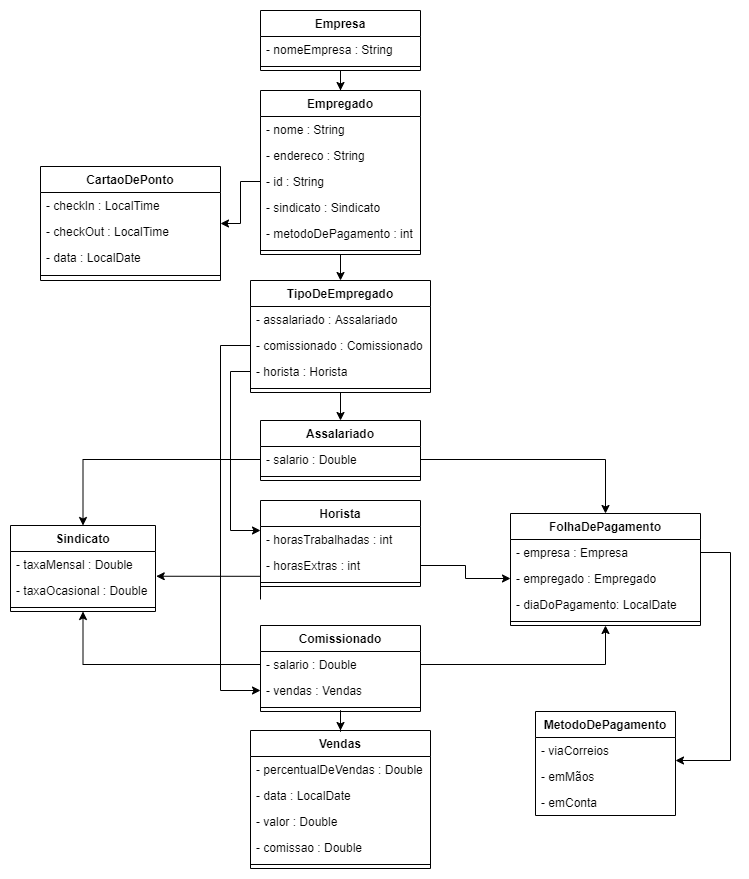
This is UML/UML.png from Jpcajueiro/ProjetoP3, a draw.io export, as it was before one commit. Source tidied: cells renumbered, new cells last; positions are measured from the earlier drawing's top-left corner, leaving out a move shared by most shapes.
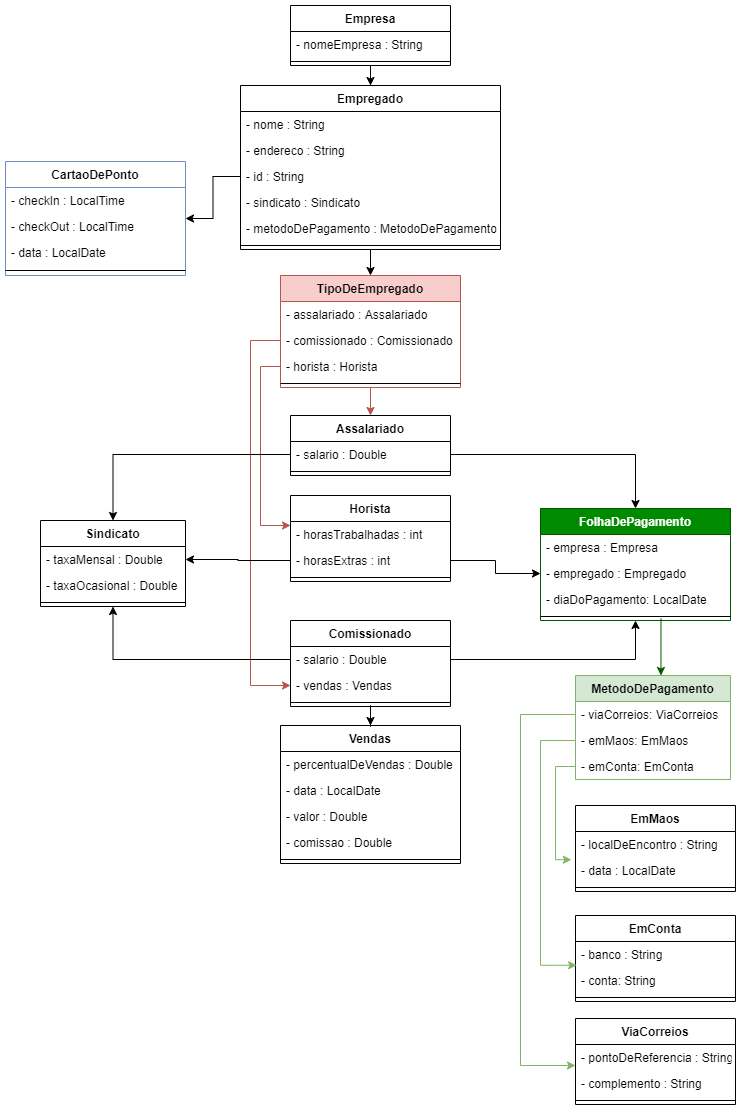
After the commit.

The edit, as a diff of the source:
```diff
@@ -6,25 +6,25 @@
       <mxGeometry relative="1" as="geometry" />
     </mxCell>
     <mxCell id="3" value="Empregado" style="swimlane;fontStyle=1;align=center;verticalAlign=top;horizontal=1;startSize=26;" parent="1" vertex="1">
-      <mxGeometry x="250" y="80" width="160" height="164" as="geometry" />
+      <mxGeometry x="200" y="80" width="260" height="164" as="geometry" />
     </mxCell>
     <mxCell id="4" value="- nome : String" style="text;strokeColor=none;fillColor=none;align=left;verticalAlign=top;spacingLeft=4;spacingRight=4;overflow=hidden;" parent="3" vertex="1">
-      <mxGeometry y="26" width="160" height="26" as="geometry" />
+      <mxGeometry y="26" width="260" height="26" as="geometry" />
     </mxCell>
     <mxCell id="5" value="- endereco : String" style="text;strokeColor=none;fillColor=none;align=left;verticalAlign=top;spacingLeft=4;spacingRight=4;overflow=hidden;" parent="3" vertex="1">
-      <mxGeometry y="52" width="160" height="26" as="geometry" />
+      <mxGeometry y="52" width="260" height="26" as="geometry" />
     </mxCell>
     <mxCell id="6" value="- id : String" style="text;strokeColor=none;fillColor=none;align=left;verticalAlign=top;spacingLeft=4;spacingRight=4;overflow=hidden;points=[[0,0.5],[1,0.5]];portConstraint=eastwest;" parent="3" vertex="1">
-      <mxGeometry y="78" width="160" height="26" as="geometry" />
+      <mxGeometry y="78" width="260" height="26" as="geometry" />
     </mxCell>
     <mxCell id="7" value="- sindicato : Sindicato" style="text;strokeColor=none;fillColor=none;align=left;verticalAlign=top;spacingLeft=4;spacingRight=4;overflow=hidden;" parent="3" vertex="1">
-      <mxGeometry y="104" width="160" height="26" as="geometry" />
+      <mxGeometry y="104" width="260" height="26" as="geometry" />
     </mxCell>
-    <mxCell id="8" value="- metodoDePagamento : int" style="text;strokeColor=none;fillColor=none;align=left;verticalAlign=top;spacingLeft=4;spacingRight=4;overflow=hidden;" parent="3" vertex="1">
-      <mxGeometry y="130" width="160" height="26" as="geometry" />
+    <mxCell id="8" value="- metodoDePagamento : MetodoDePagamento " style="text;strokeColor=none;fillColor=none;align=left;verticalAlign=top;spacingLeft=4;spacingRight=4;overflow=hidden;" parent="3" vertex="1">
+      <mxGeometry y="130" width="260" height="26" as="geometry" />
     </mxCell>
     <mxCell id="9" style="line;strokeWidth=1;fillColor=none;align=left;verticalAlign=middle;spacingTop=-1;spacingLeft=3;spacingRight=3;labelPosition=right;" parent="3" vertex="1">
-      <mxGeometry y="156" width="160" height="8" as="geometry" />
+      <mxGeometry y="156" width="260" height="8" as="geometry" />
     </mxCell>
     <mxCell id="10" style="edgeStyle=orthogonalEdgeStyle;rounded=0;jettySize=auto;html=1;exitX=0.5;exitY=1;exitDx=0;exitDy=0;" parent="1" edge="1" source="11" target="26">
       <mxGeometry relative="1" as="geometry" />
@@ -41,7 +41,7 @@
     <mxCell id="14" style="line;strokeWidth=1;fillColor=none;align=left;verticalAlign=middle;spacingTop=-1;spacingLeft=3;spacingRight=3;labelPosition=right;" parent="11" vertex="1">
       <mxGeometry y="78" width="160" height="8" as="geometry" />
     </mxCell>
-    <mxCell id="15" value="Horista" style="swimlane;fontStyle=1;align=center;verticalAlign=top;horizontal=1;startSize=26;fillColor=none;" parent="1" vertex="1">
+    <mxCell id="15" value="Horista" style="swimlane;fontStyle=1;align=center;verticalAlign=top;horizontal=1;startSize=26;" parent="1" vertex="1">
       <mxGeometry x="250" y="490" width="160" height="86" as="geometry" />
     </mxCell>
     <mxCell id="16" value="- horasTrabalhadas : int" style="text;strokeColor=none;fillColor=none;align=left;verticalAlign=top;spacingLeft=4;spacingRight=4;overflow=hidden;" parent="15" vertex="1">
@@ -104,20 +104,20 @@
     <mxCell id="35" style="line;strokeWidth=1;fillColor=none;align=left;verticalAlign=middle;spacingTop=-1;spacingLeft=3;spacingRight=3;labelPosition=right;" parent="32" vertex="1">
       <mxGeometry y="78" width="145" height="8" as="geometry" />
     </mxCell>
-    <mxCell id="36" value="MetodoDePagamento" style="swimlane;fontStyle=1;horizontal=1;startSize=26;fillColor=none;" parent="1" vertex="1">
-      <mxGeometry x="525" y="701" width="140" height="104" as="geometry" />
+    <mxCell id="36" value="MetodoDePagamento" style="swimlane;fontStyle=1;horizontal=1;startSize=26;fillColor=#d5e8d4;strokeColor=#82b366;" parent="1" vertex="1">
+      <mxGeometry x="535" y="670" width="155" height="104" as="geometry" />
     </mxCell>
-    <mxCell id="37" value="- viaCorreios" style="text;strokeColor=none;fillColor=none;align=left;verticalAlign=top;spacingLeft=4;spacingRight=4;overflow=hidden;points=[[0,0.5],[1,0.5]];portConstraint=eastwest;" parent="36" vertex="1">
-      <mxGeometry y="26" width="140" height="26" as="geometry" />
+    <mxCell id="37" value="- viaCorreios: ViaCorreios" style="text;strokeColor=none;fillColor=none;align=left;verticalAlign=top;spacingLeft=4;spacingRight=4;overflow=hidden;points=[[0,0.5],[1,0.5]];portConstraint=eastwest;" parent="36" vertex="1">
+      <mxGeometry y="26" width="155" height="26" as="geometry" />
     </mxCell>
-    <mxCell id="38" value="- emMãos" style="text;strokeColor=none;fillColor=none;align=left;verticalAlign=top;spacingLeft=4;spacingRight=4;overflow=hidden;points=[[0,0.5],[1,0.5]];portConstraint=eastwest;" parent="36" vertex="1">
-      <mxGeometry y="52" width="140" height="26" as="geometry" />
+    <mxCell id="38" value="- emMaos: EmMaos" style="text;strokeColor=none;fillColor=none;align=left;verticalAlign=top;spacingLeft=4;spacingRight=4;overflow=hidden;points=[[0,0.5],[1,0.5]];portConstraint=eastwest;" parent="36" vertex="1">
+      <mxGeometry y="52" width="155" height="26" as="geometry" />
     </mxCell>
-    <mxCell id="39" value="- emConta" style="text;strokeColor=none;fillColor=none;align=left;verticalAlign=top;spacingLeft=4;spacingRight=4;overflow=hidden;points=[[0,0.5],[1,0.5]];portConstraint=eastwest;" parent="36" vertex="1">
-      <mxGeometry y="78" width="140" height="26" as="geometry" />
+    <mxCell id="39" value="- emConta: EmConta" style="text;strokeColor=none;fillColor=none;align=left;verticalAlign=top;spacingLeft=4;spacingRight=4;overflow=hidden;points=[[0,0.5],[1,0.5]];portConstraint=eastwest;" parent="36" vertex="1">
+      <mxGeometry y="78" width="155" height="26" as="geometry" />
     </mxCell>
-    <mxCell id="40" value="CartaoDePonto" style="swimlane;fontStyle=1;align=center;verticalAlign=top;horizontal=1;startSize=26;" parent="1" vertex="1">
-      <mxGeometry x="30" y="156" width="180" height="114" as="geometry" />
+    <mxCell id="40" value="CartaoDePonto" style="swimlane;fontStyle=1;align=center;verticalAlign=top;horizontal=1;startSize=26;strokeColor=#6c8ebf;fillColor=#FFFFFF;" parent="1" vertex="1">
+      <mxGeometry x="-35" y="156" width="180" height="114" as="geometry" />
     </mxCell>
     <mxCell id="41" value="- checkIn : LocalTime" style="text;strokeColor=none;fillColor=none;align=left;verticalAlign=top;spacingLeft=4;spacingRight=4;overflow=hidden;" parent="40" vertex="1">
       <mxGeometry y="26" width="180" height="26" as="geometry" />
@@ -131,7 +131,7 @@
     <mxCell id="44" style="line;strokeWidth=1;fillColor=none;align=left;verticalAlign=middle;spacingTop=-1;spacingLeft=3;spacingRight=3;labelPosition=right;" parent="40" vertex="1">
       <mxGeometry y="104" width="180" height="10" as="geometry" />
     </mxCell>
-    <mxCell id="45" value="FolhaDePagamento" style="swimlane;fontStyle=1;align=center;verticalAlign=top;horizontal=1;startSize=26;" parent="1" vertex="1">
+    <mxCell id="45" value="FolhaDePagamento" style="swimlane;fontStyle=1;align=center;verticalAlign=top;horizontal=1;startSize=26;fillColor=#008a00;strokeColor=#005700;fontColor=#ffffff;" parent="1" vertex="1">
       <mxGeometry x="500" y="503" width="190" height="112" as="geometry" />
     </mxCell>
     <mxCell id="46" value="- empresa : Empresa" style="text;strokeColor=none;fillColor=none;align=left;verticalAlign=top;spacingLeft=4;spacingRight=4;overflow=hidden;points=[[0,0.5],[1,0.5]];portConstraint=eastwest;" parent="45" vertex="1">
@@ -146,10 +146,10 @@
     <mxCell id="49" style="line;strokeWidth=1;fillColor=none;align=left;verticalAlign=middle;spacingTop=-1;spacingLeft=3;spacingRight=3;labelPosition=right;points=[];portConstraint=eastwest;" parent="45" vertex="1">
       <mxGeometry y="104" width="190" height="8" as="geometry" />
     </mxCell>
-    <mxCell id="50" style="edgeStyle=orthogonalEdgeStyle;rounded=0;jettySize=auto;html=1;exitX=0.5;exitY=1;exitDx=0;exitDy=0;entryX=0.5;entryY=0;entryDx=0;entryDy=0;" parent="1" edge="1" source="51" target="19">
+    <mxCell id="50" style="edgeStyle=orthogonalEdgeStyle;rounded=0;jettySize=auto;html=1;exitX=0.5;exitY=1;exitDx=0;exitDy=0;entryX=0.5;entryY=0;entryDx=0;entryDy=0;fillColor=#f8cecc;strokeColor=#b85450;" parent="1" edge="1" source="51" target="19">
       <mxGeometry relative="1" as="geometry" />
     </mxCell>
-    <mxCell id="51" value="TipoDeEmpregado" style="swimlane;fontStyle=1;align=center;verticalAlign=top;horizontal=1;startSize=26;" parent="1" vertex="1">
+    <mxCell id="51" value="TipoDeEmpregado" style="swimlane;fontStyle=1;align=center;verticalAlign=top;horizontal=1;startSize=26;fillColor=#f8cecc;strokeColor=#b85450;" parent="1" vertex="1">
       <mxGeometry x="240" y="270" width="180" height="112" as="geometry" />
     </mxCell>
     <mxCell id="52" value="- assalariado : Assalariado" style="text;strokeColor=none;fillColor=none;align=left;verticalAlign=top;spacingLeft=4;spacingRight=4;overflow=hidden;" parent="51" vertex="1">
@@ -164,7 +164,7 @@
     <mxCell id="55" style="line;strokeWidth=1;fillColor=none;align=left;verticalAlign=middle;spacingTop=-1;spacingLeft=3;spacingRight=3;labelPosition=right;" parent="51" vertex="1">
       <mxGeometry y="104" width="180" height="8" as="geometry" />
     </mxCell>
-    <mxCell id="56" style="edgeStyle=orthogonalEdgeStyle;rounded=0;jettySize=auto;html=1;" parent="1" edge="1" source="54" target="15">
+    <mxCell id="56" style="edgeStyle=orthogonalEdgeStyle;rounded=0;jettySize=auto;html=1;fillColor=#f8cecc;strokeColor=#b85450;" parent="1" edge="1" source="54" target="15">
       <mxGeometry relative="1" as="geometry">
         <Array as="points">
           <mxPoint x="220" y="361" />
@@ -172,18 +172,19 @@
         </Array>
       </mxGeometry>
     </mxCell>
-    <mxCell id="57" style="edgeStyle=orthogonalEdgeStyle;rounded=0;jettySize=auto;html=1;" parent="1" edge="1" source="46" target="36">
+    <mxCell id="57" style="edgeStyle=orthogonalEdgeStyle;rounded=0;jettySize=auto;html=1;exitX=0.634;exitY=0.767;exitDx=0;exitDy=0;exitPerimeter=0;fillColor=#008a00;strokeColor=#005700;" parent="1" edge="1" source="49" target="36">
       <mxGeometry relative="1" as="geometry">
         <Array as="points">
-          <mxPoint x="720" y="542" />
-          <mxPoint x="720" y="750" />
+          <mxPoint x="621" y="670" />
+          <mxPoint x="620" y="720" />
+          <mxPoint x="613" y="720" />
         </Array>
       </mxGeometry>
     </mxCell>
     <mxCell id="58" style="edgeStyle=orthogonalEdgeStyle;rounded=0;jettySize=auto;html=1;" parent="1" edge="1" source="6" target="40">
       <mxGeometry relative="1" as="geometry" />
     </mxCell>
-    <mxCell id="59" style="edgeStyle=orthogonalEdgeStyle;rounded=0;jettySize=auto;html=1;entryX=0;entryY=0.5;entryDx=0;entryDy=0;" parent="1" edge="1" source="53" target="13">
+    <mxCell id="59" style="edgeStyle=orthogonalEdgeStyle;rounded=0;jettySize=auto;html=1;entryX=0;entryY=0.5;entryDx=0;entryDy=0;fillColor=#f8cecc;strokeColor=#b85450;" parent="1" edge="1" source="53" target="13">
       <mxGeometry relative="1" as="geometry">
         <Array as="points">
           <mxPoint x="210" y="335" />
@@ -194,7 +195,7 @@
     <mxCell id="60" style="edgeStyle=orthogonalEdgeStyle;rounded=0;jettySize=auto;html=1;" parent="1" edge="1" source="20" target="45">
       <mxGeometry relative="1" as="geometry" />
     </mxCell>
-    <mxCell id="61" style="edgeStyle=orthogonalEdgeStyle;rounded=0;jettySize=auto;html=1;" parent="1" edge="1" source="17" target="47">
+    <mxCell id="61" style="edgeStyle=orthogonalEdgeStyle;rounded=0;jettySize=auto;html=1;fillColor=#ffcc99;" parent="1" edge="1" source="17" target="47">
       <mxGeometry relative="1" as="geometry" />
     </mxCell>
     <mxCell id="62" style="edgeStyle=orthogonalEdgeStyle;rounded=0;jettySize=auto;html=1;entryX=0.5;entryY=1;entryDx=0;entryDy=0;" parent="1" edge="1" source="12" target="45">
@@ -203,16 +204,73 @@
     <mxCell id="63" style="edgeStyle=orthogonalEdgeStyle;rounded=0;jettySize=auto;html=1;entryX=0.5;entryY=0;entryDx=0;entryDy=0;" parent="1" edge="1" source="20" target="32">
       <mxGeometry relative="1" as="geometry" />
     </mxCell>
-    <mxCell id="64" style="edgeStyle=orthogonalEdgeStyle;rounded=0;jettySize=auto;html=1;entryX=1.005;entryY=-0.048;entryDx=0;entryDy=0;entryPerimeter=0;" parent="1" edge="1" target="34">
-      <mxGeometry relative="1" as="geometry">
-        <mxPoint x="250" y="589" as="sourcePoint" />
-        <Array as="points">
-          <mxPoint x="250" y="566" />
-        </Array>
-      </mxGeometry>
-    </mxCell>
     <mxCell id="65" style="edgeStyle=orthogonalEdgeStyle;rounded=0;jettySize=auto;html=1;entryX=0.5;entryY=1;entryDx=0;entryDy=0;" parent="1" edge="1" source="12" target="32">
       <mxGeometry relative="1" as="geometry" />
     </mxCell>
+    <mxCell id="66" value="EmMaos" style="swimlane;fontStyle=1;align=center;verticalAlign=top;horizontal=1;startSize=26;" parent="1" vertex="1">
+      <mxGeometry x="535" y="800" width="160" height="86" as="geometry" />
+    </mxCell>
+    <mxCell id="67" value="- localDeEncontro : String" style="text;strokeColor=none;fillColor=none;align=left;verticalAlign=top;spacingLeft=4;spacingRight=4;overflow=hidden;points=[[0,0.5],[1,0.5]];portConstraint=eastwest;" parent="66" vertex="1">
+      <mxGeometry y="26" width="160" height="26" as="geometry" />
+    </mxCell>
+    <mxCell id="68" value="- data : LocalDate" style="text;strokeColor=none;fillColor=none;align=left;verticalAlign=top;spacingLeft=4;spacingRight=4;overflow=hidden;" parent="66" vertex="1">
+      <mxGeometry y="52" width="160" height="26" as="geometry" />
+    </mxCell>
+    <mxCell id="69" style="line;strokeWidth=1;fillColor=none;align=left;verticalAlign=middle;spacingTop=-1;spacingLeft=3;spacingRight=3;labelPosition=right;" parent="66" vertex="1">
+      <mxGeometry y="78" width="160" height="8" as="geometry" />
+    </mxCell>
+    <mxCell id="70" value="EmConta" style="swimlane;fontStyle=1;align=center;verticalAlign=top;horizontal=1;startSize=26;" parent="1" vertex="1">
+      <mxGeometry x="535" y="910" width="160" height="86" as="geometry" />
+    </mxCell>
+    <mxCell id="71" value="- banco : String" style="text;strokeColor=none;fillColor=none;align=left;verticalAlign=top;spacingLeft=4;spacingRight=4;overflow=hidden;points=[[0,0.5],[1,0.5]];portConstraint=eastwest;" parent="70" vertex="1">
+      <mxGeometry y="26" width="160" height="26" as="geometry" />
+    </mxCell>
+    <mxCell id="72" value="- conta: String" style="text;strokeColor=none;fillColor=none;align=left;verticalAlign=top;spacingLeft=4;spacingRight=4;overflow=hidden;" parent="70" vertex="1">
+      <mxGeometry y="52" width="160" height="26" as="geometry" />
+    </mxCell>
+    <mxCell id="73" style="line;strokeWidth=1;fillColor=none;align=left;verticalAlign=middle;spacingTop=-1;spacingLeft=3;spacingRight=3;labelPosition=right;" parent="70" vertex="1">
+      <mxGeometry y="78" width="160" height="8" as="geometry" />
+    </mxCell>
+    <mxCell id="74" value="ViaCorreios" style="swimlane;fontStyle=1;align=center;verticalAlign=top;horizontal=1;startSize=26;" parent="1" vertex="1">
+      <mxGeometry x="535" y="1013" width="160" height="86" as="geometry" />
+    </mxCell>
+    <mxCell id="75" value="- pontoDeReferencia : String" style="text;strokeColor=none;fillColor=none;align=left;verticalAlign=top;spacingLeft=4;spacingRight=4;overflow=hidden;" parent="74" vertex="1">
+      <mxGeometry y="26" width="160" height="26" as="geometry" />
+    </mxCell>
+    <mxCell id="76" value="- complemento : String" style="text;strokeColor=none;fillColor=none;align=left;verticalAlign=top;spacingLeft=4;spacingRight=4;overflow=hidden;" parent="74" vertex="1">
+      <mxGeometry y="52" width="160" height="26" as="geometry" />
+    </mxCell>
+    <mxCell id="77" style="line;strokeWidth=1;fillColor=none;align=left;verticalAlign=middle;spacingTop=-1;spacingLeft=3;spacingRight=3;labelPosition=right;" parent="74" vertex="1">
+      <mxGeometry y="78" width="160" height="8" as="geometry" />
+    </mxCell>
+    <mxCell id="78" style="edgeStyle=orthogonalEdgeStyle;rounded=0;jettySize=auto;html=1;entryX=-0.026;entryY=1.085;entryDx=0;entryDy=0;entryPerimeter=0;fillColor=#d5e8d4;strokeColor=#82b366;" parent="1" edge="1" source="39" target="67">
+      <mxGeometry relative="1" as="geometry">
+        <Array as="points">
+          <mxPoint x="515" y="761" />
+          <mxPoint x="515" y="854" />
+        </Array>
+      </mxGeometry>
+    </mxCell>
+    <mxCell id="79" style="edgeStyle=orthogonalEdgeStyle;rounded=0;jettySize=auto;html=1;entryX=0.007;entryY=0.915;entryDx=0;entryDy=0;entryPerimeter=0;fillColor=#d5e8d4;strokeColor=#82b366;" parent="1" edge="1" source="38" target="71">
+      <mxGeometry relative="1" as="geometry">
+        <Array as="points">
+          <mxPoint x="500" y="735" />
+          <mxPoint x="500" y="960" />
+        </Array>
+      </mxGeometry>
+    </mxCell>
+    <mxCell id="80" style="edgeStyle=orthogonalEdgeStyle;rounded=0;jettySize=auto;html=1;fillColor=#d5e8d4;strokeColor=#82b366;" parent="1" edge="1" source="37">
+      <mxGeometry relative="1" as="geometry">
+        <mxPoint x="535" y="1060" as="targetPoint" />
+        <Array as="points">
+          <mxPoint x="480" y="709" />
+          <mxPoint x="480" y="1060" />
+          <mxPoint x="535" y="1060" />
+        </Array>
+      </mxGeometry>
+    </mxCell>
+    <mxCell id="81" style="edgeStyle=orthogonalEdgeStyle;rounded=0;jettySize=auto;html=1;" parent="1" edge="1" source="17" target="33">
+      <mxGeometry relative="1" as="geometry" />
+    </mxCell>
   </root>
 </mxGraphModel>
```
